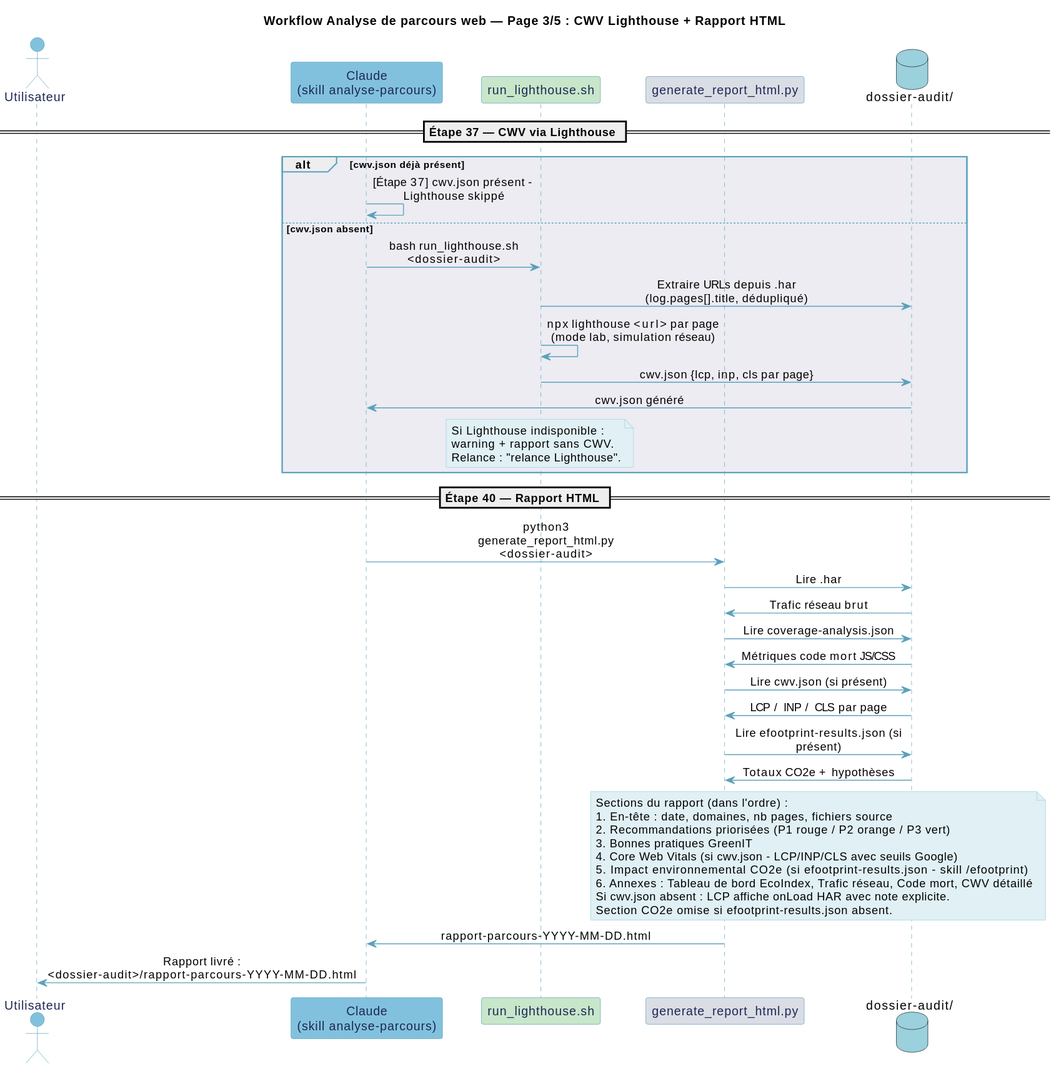
Above: documentation/diagramme/analyse-parcours-p3.svg in Boavizta/eroom (PlantUML), before the change.
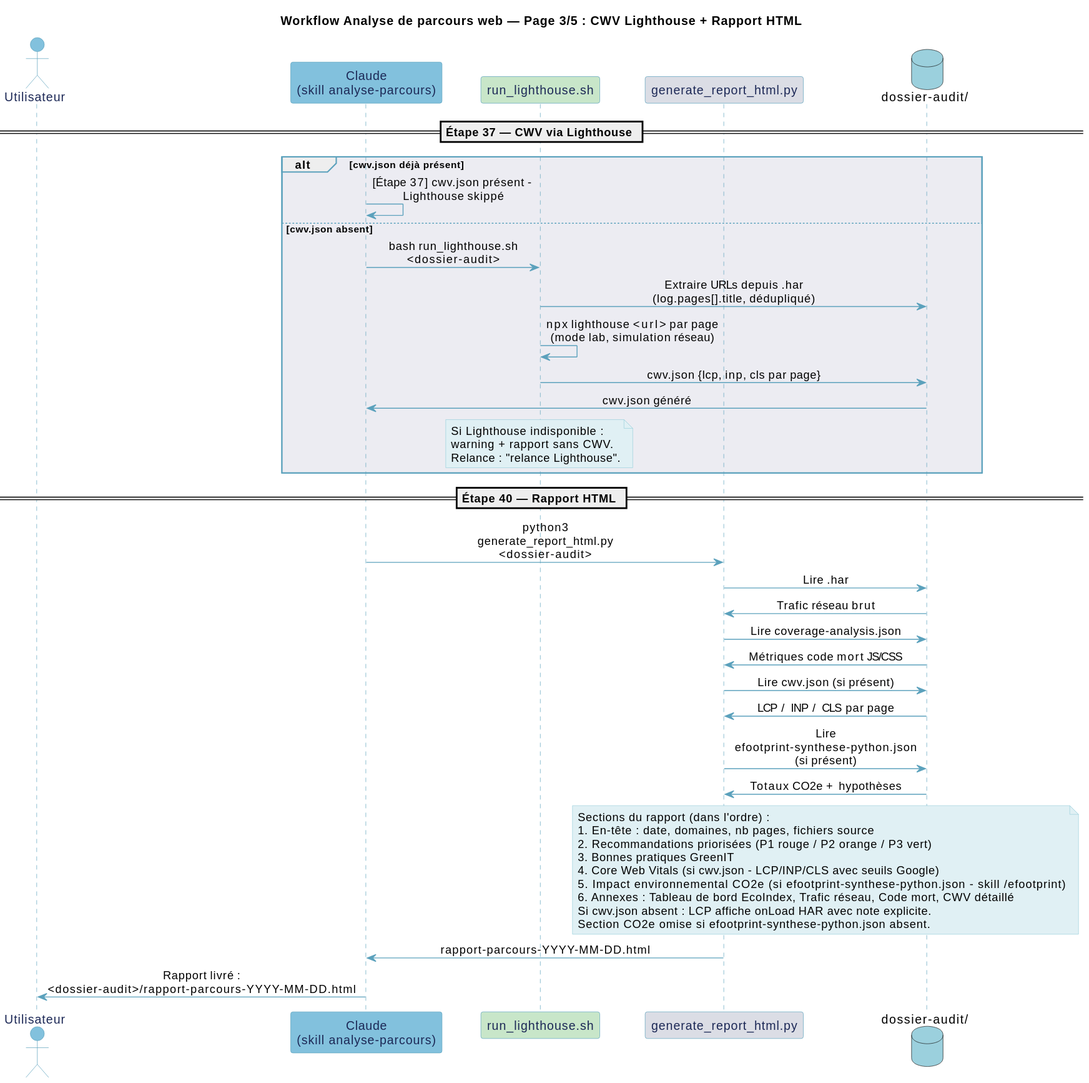
Above is the later version.

Diff of the diagram source:
```diff
@@ -54,7 +54,7 @@
 FS -> GR : Métriques code mort JS/CSS
 GR -> FS : Lire cwv.json (si présent)
 FS -> GR : LCP / INP / CLS par page
-GR -> FS : Lire efootprint-results.json (si présent)
+GR -> FS : Lire efootprint-synthese-python.json (si présent)
 FS -> GR : Totaux CO2e + hypothèses
 
 note over GR, FS
@@ -63,10 +63,10 @@
   2. Recommandations priorisées (P1 rouge / P2 orange / P3 vert)
   3. Bonnes pratiques GreenIT
   4. Core Web Vitals (si cwv.json - LCP/INP/CLS avec seuils Google)
-  5. Impact environnemental CO2e (si efootprint-results.json - skill /efootprint)
+  5. Impact environnemental CO2e (si efootprint-synthese-python.json - skill /efootprint)
   6. Annexes : Tableau de bord EcoIndex, Trafic réseau, Code mort, CWV détaillé
   Si cwv.json absent : LCP affiche onLoad HAR avec note explicite.
-  Section CO2e omise si efootprint-results.json absent.
+  Section CO2e omise si efootprint-synthese-python.json absent.
 end note
 
 GR -> C : rapport-parcours-YYYY-MM-DD.html
```
